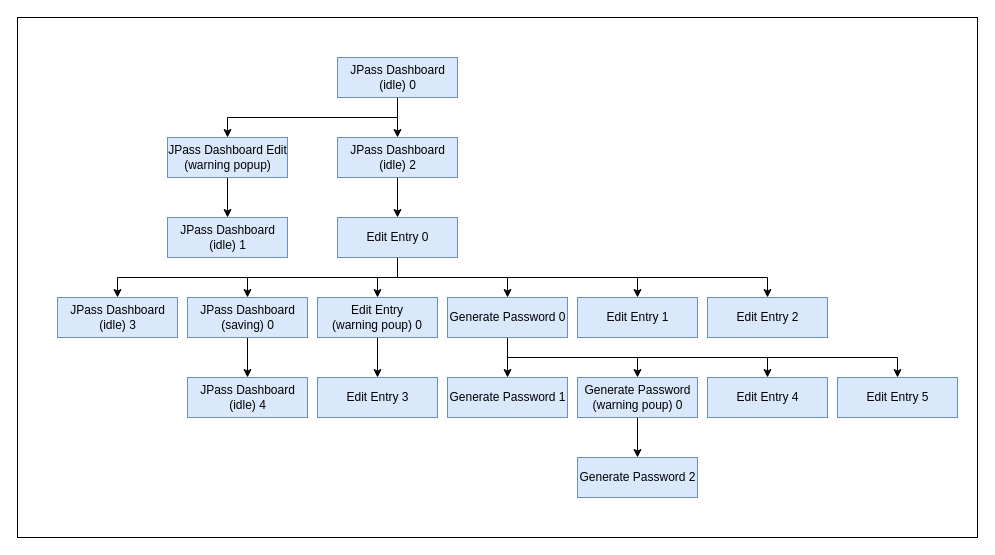
This is qf-test/EditEntryTree.drawio from Telmooo/jpass, a draw.io file, before an edit. Source tidied: cells renumbered, new cells numbered last; positions are measured from the earlier drawing's top-left corner, leaving out a move shared by most shapes. Both pictures are drawn from the tidied source at 100%, with x=0, y=0 at pixel (17, 17).
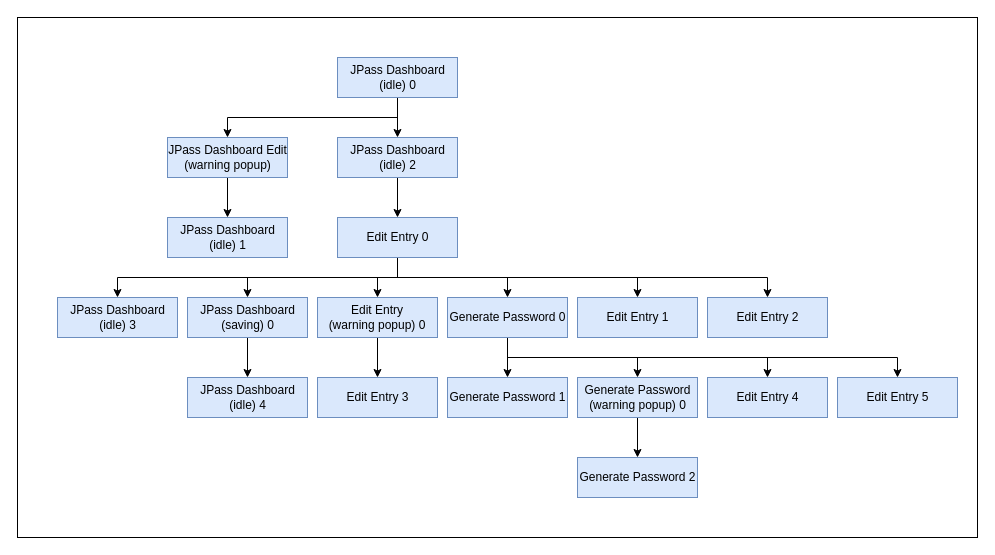
After the change.

What changed in the source:
```diff
@@
-    <mxCell id="22" value="Edit Entry&lt;br&gt;(warning poup) 0" style="html=1;fillColor=#dae8fc;strokeColor=#6c8ebf;whiteSpace=wrap;" parent="1" vertex="1">
+    <mxCell id="22" value="Edit Entry&lt;br&gt;(warning popup) 0" style="html=1;fillColor=#dae8fc;strokeColor=#6c8ebf;whiteSpace=wrap;" parent="1" vertex="1">
       <mxGeometry x="300" y="280" width="120" height="40" as="geometry" />
     </mxCell>
@@
-    <mxCell id="34" value="Generate Password&lt;br&gt;(warning poup) 0" style="html=1;fillColor=#dae8fc;strokeColor=#6c8ebf;" parent="1" vertex="1">
+    <mxCell id="34" value="Generate Password&lt;br&gt;(warning popup) 0" style="html=1;fillColor=#dae8fc;strokeColor=#6c8ebf;" parent="1" vertex="1">
       <mxGeometry x="560" y="360" width="120" height="40" as="geometry" />
     </mxCell>
```
